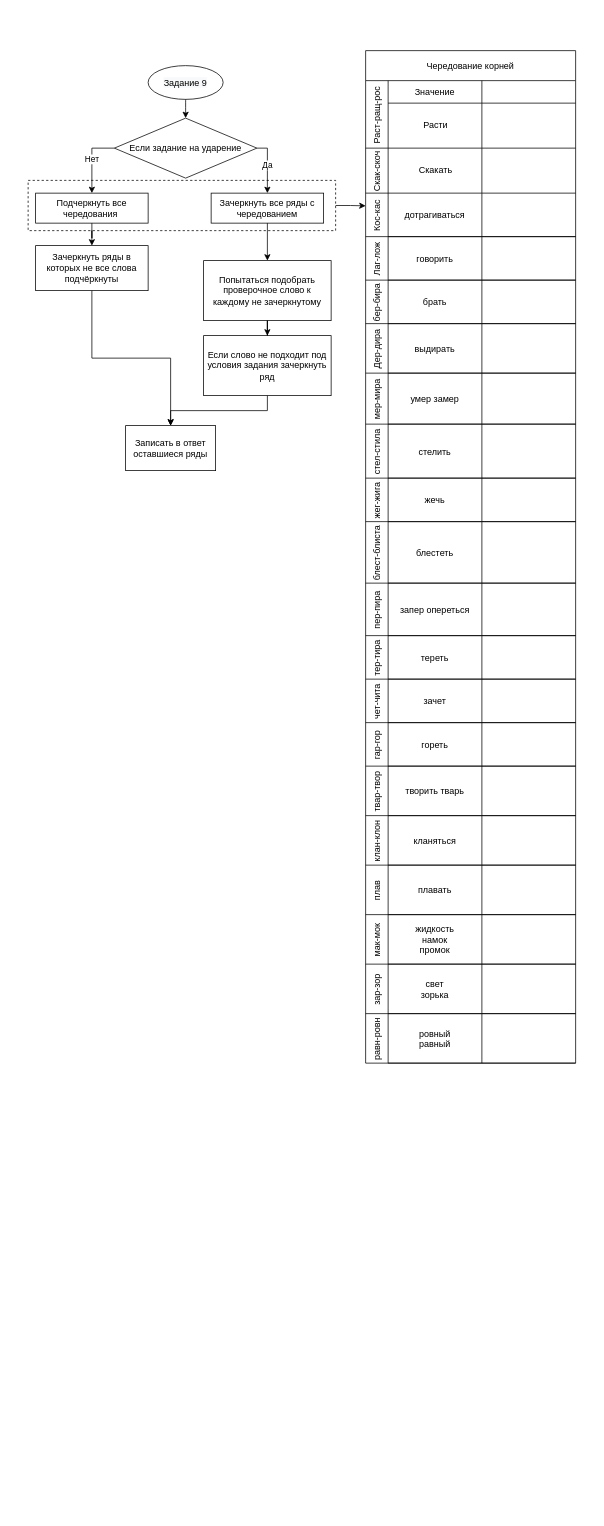
asdcxfrt/EgeRusAlgorithms keeps this draw.io diagram as Untitled Diagram.drawio. Above is the earlier version. Source tidied: cells renumbered, new cells numbered last; positions are measured from the earlier drawing's top-left corner, leaving out a move shared by most shapes. Both pictures are drawn from the tidied source at 75%, with x=0, y=0 at pixel (28, 50).
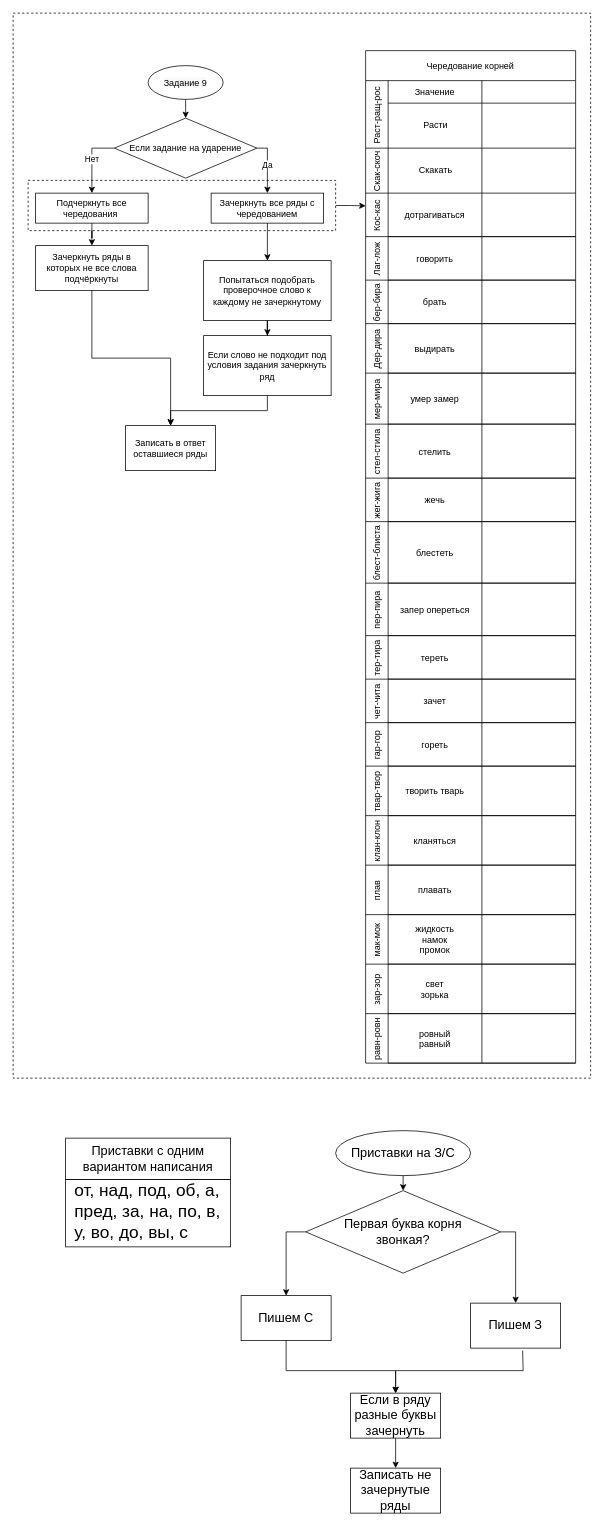
Above is the later version.

Diff of the diagram source:
```diff
@@
+    <mxCell id="83" style="rounded=0;whiteSpace=wrap;html=1;dashed=1;fillColor=none;" parent="1" vertex="1">
+      <mxGeometry x="-20" y="-50" width="770" height="1420" as="geometry" />
+    </mxCell>
@@
+    <mxCell id="84" style="group;" parent="1" vertex="1">
+      <mxGeometry x="50" y="1500" width="220" height="100" as="geometry" />
+    </mxCell>
+    <mxCell id="85" style="rounded=0;whiteSpace=wrap;html=1;fontSize=23;fillColor=none;" parent="84" vertex="1">
+      <mxGeometry y="5" width="220" height="90" as="geometry" />
+    </mxCell>
+    <mxCell id="86" value="от, над, под, об, а, пред, за, на, по, в, у, во, до, вы, с" style="text;whiteSpace=wrap;html=1;fillColor=none;fontSize=23;" parent="84" vertex="1">
+      <mxGeometry x="10" width="200" height="100" as="geometry" />
+    </mxCell>
+    <mxCell id="87" value="Приставки с одним вариантом написания" style="rounded=0;whiteSpace=wrap;html=1;fontSize=17;fillColor=none;" parent="1" vertex="1">
+      <mxGeometry x="50" y="1450" width="220" height="55" as="geometry" />
+    </mxCell>
+    <mxCell id="88" value="Приставки на З/C" style="ellipse;whiteSpace=wrap;html=1;fontSize=17;fillColor=none;" parent="1" vertex="1">
+      <mxGeometry x="410" y="1440" width="180" height="60" as="geometry" />
+    </mxCell>
+    <mxCell id="89" style="edgeStyle=orthogonalEdgeStyle;rounded=0;jettySize=auto;html=1;fontSize=17;entryX=0.5;entryY=0;entryDx=0;entryDy=0;" parent="1" edge="1" source="91" target="93">
+      <mxGeometry relative="1" as="geometry">
+        <Array as="points">
+          <mxPoint x="344" y="1575" />
+        </Array>
+      </mxGeometry>
+    </mxCell>
+    <mxCell id="90" style="edgeStyle=orthogonalEdgeStyle;rounded=0;jettySize=auto;html=1;entryX=0.5;entryY=0;entryDx=0;entryDy=0;fontSize=17;" parent="1" edge="1" source="91" target="94">
+      <mxGeometry relative="1" as="geometry">
+        <Array as="points">
+          <mxPoint x="650" y="1575" />
+        </Array>
+      </mxGeometry>
+    </mxCell>
+    <mxCell id="91" value="Первая буква корня&lt;br&gt;звонкая?" style="rhombus;whiteSpace=wrap;html=1;fontSize=17;fillColor=none;" parent="1" vertex="1">
+      <mxGeometry x="370" y="1520" width="260" height="110" as="geometry" />
+    </mxCell>
+    <mxCell id="92" style="endArrow=classic;html=1;rounded=0;fontSize=17;exitX=0.5;exitY=1;exitDx=0;exitDy=0;entryX=0.5;entryY=0;entryDx=0;entryDy=0;" parent="1" edge="1" source="88" target="91">
+      <mxGeometry relative="1" as="geometry" />
+    </mxCell>
+    <mxCell id="93" value="Пишем С" style="rounded=0;whiteSpace=wrap;html=1;fontSize=17;fillColor=none;" parent="1" vertex="1">
+      <mxGeometry x="284" y="1660" width="120" height="60" as="geometry" />
+    </mxCell>
+    <mxCell id="94" value="Пишем З" style="rounded=0;whiteSpace=wrap;html=1;fontSize=17;fillColor=none;" parent="1" vertex="1">
+      <mxGeometry x="590" y="1670" width="120" height="60" as="geometry" />
+    </mxCell>
+    <mxCell id="95" style="edgeStyle=orthogonalEdgeStyle;rounded=0;jettySize=auto;html=1;entryX=0.5;entryY=0;entryDx=0;entryDy=0;fontSize=17;" parent="1" edge="1" source="96" target="99">
+      <mxGeometry relative="1" as="geometry" />
+    </mxCell>
+    <mxCell id="96" value="Если в ряду разные буквы зачернуть" style="rounded=0;whiteSpace=wrap;html=1;fontSize=17;fillColor=none;" parent="1" vertex="1">
+      <mxGeometry x="430" y="1790" width="120" height="60" as="geometry" />
+    </mxCell>
+    <mxCell id="97" style="endArrow=classic;html=1;rounded=0;fontSize=17;exitX=0.5;exitY=1;exitDx=0;exitDy=0;entryX=0.5;entryY=0;entryDx=0;entryDy=0;" parent="1" edge="1" source="93" target="96">
+      <mxGeometry relative="1" as="geometry">
+        <Array as="points">
+          <mxPoint x="344" y="1760" />
+          <mxPoint x="490" y="1760" />
+        </Array>
+      </mxGeometry>
+    </mxCell>
+    <mxCell id="98" style="endArrow=classic;html=1;rounded=0;fontSize=17;exitX=0.578;exitY=1.054;exitDx=0;exitDy=0;exitPerimeter=0;" parent="1" edge="1" source="94">
+      <mxGeometry relative="1" as="geometry">
+        <mxPoint x="490" y="1790" as="targetPoint" />
+        <Array as="points">
+          <mxPoint x="660" y="1760" />
+          <mxPoint x="490" y="1760" />
+        </Array>
+      </mxGeometry>
+    </mxCell>
+    <mxCell id="99" value="Записать не зачернутые ряды" style="rounded=0;whiteSpace=wrap;html=1;fontSize=17;fillColor=none;" parent="1" vertex="1">
+      <mxGeometry x="430" y="1890" width="120" height="60" as="geometry" />
+    </mxCell>
```
